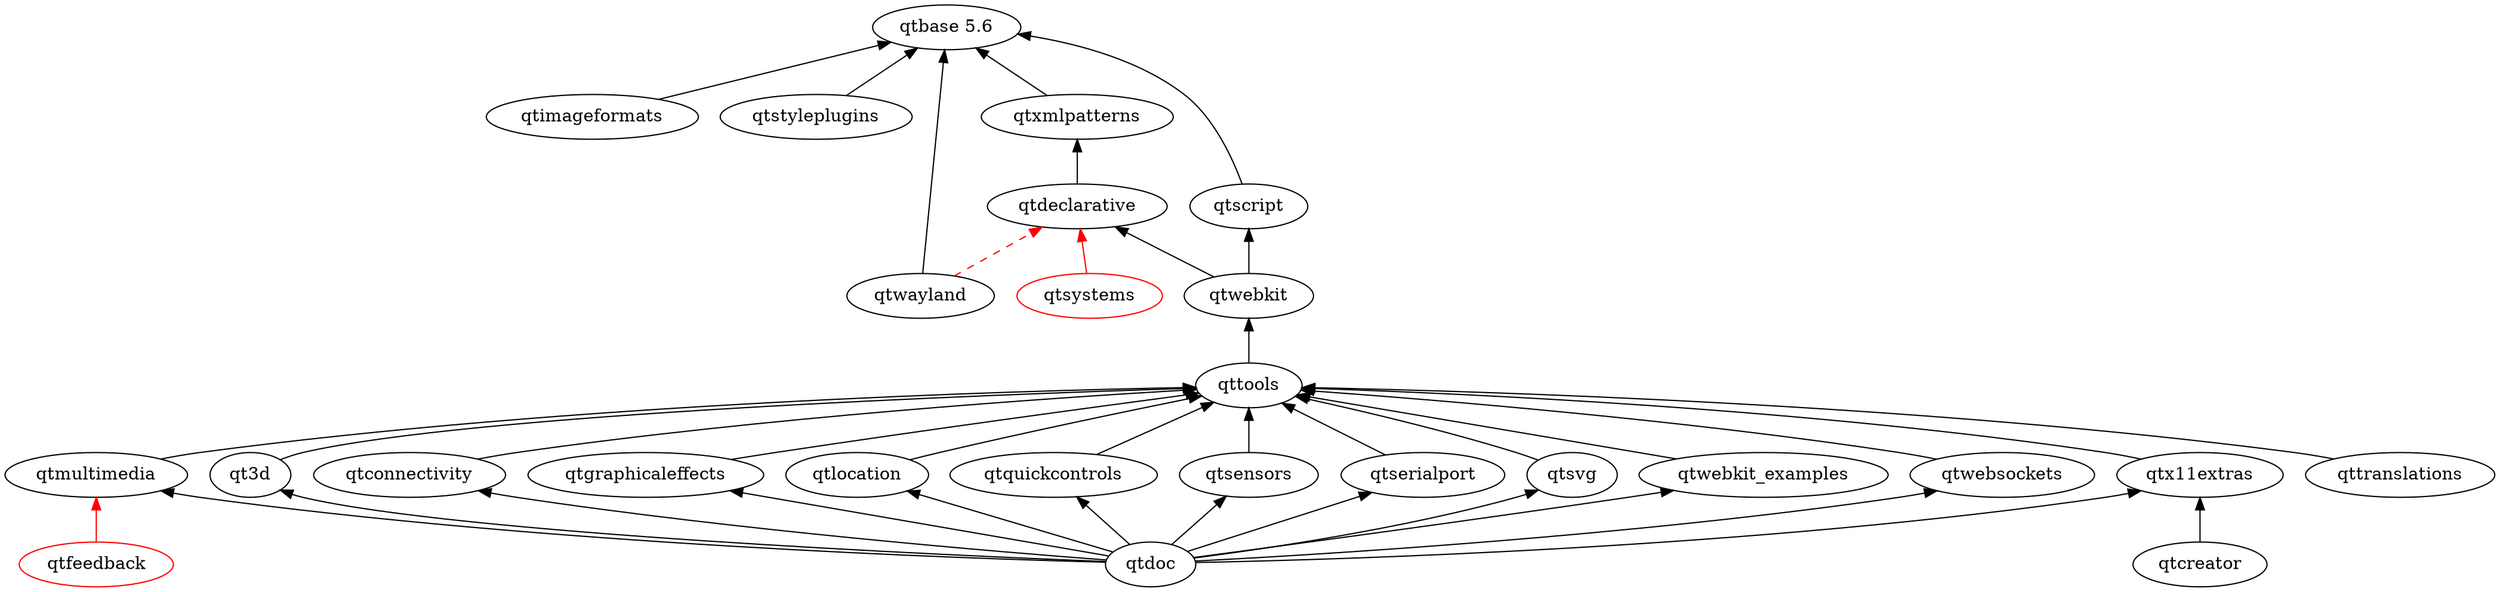
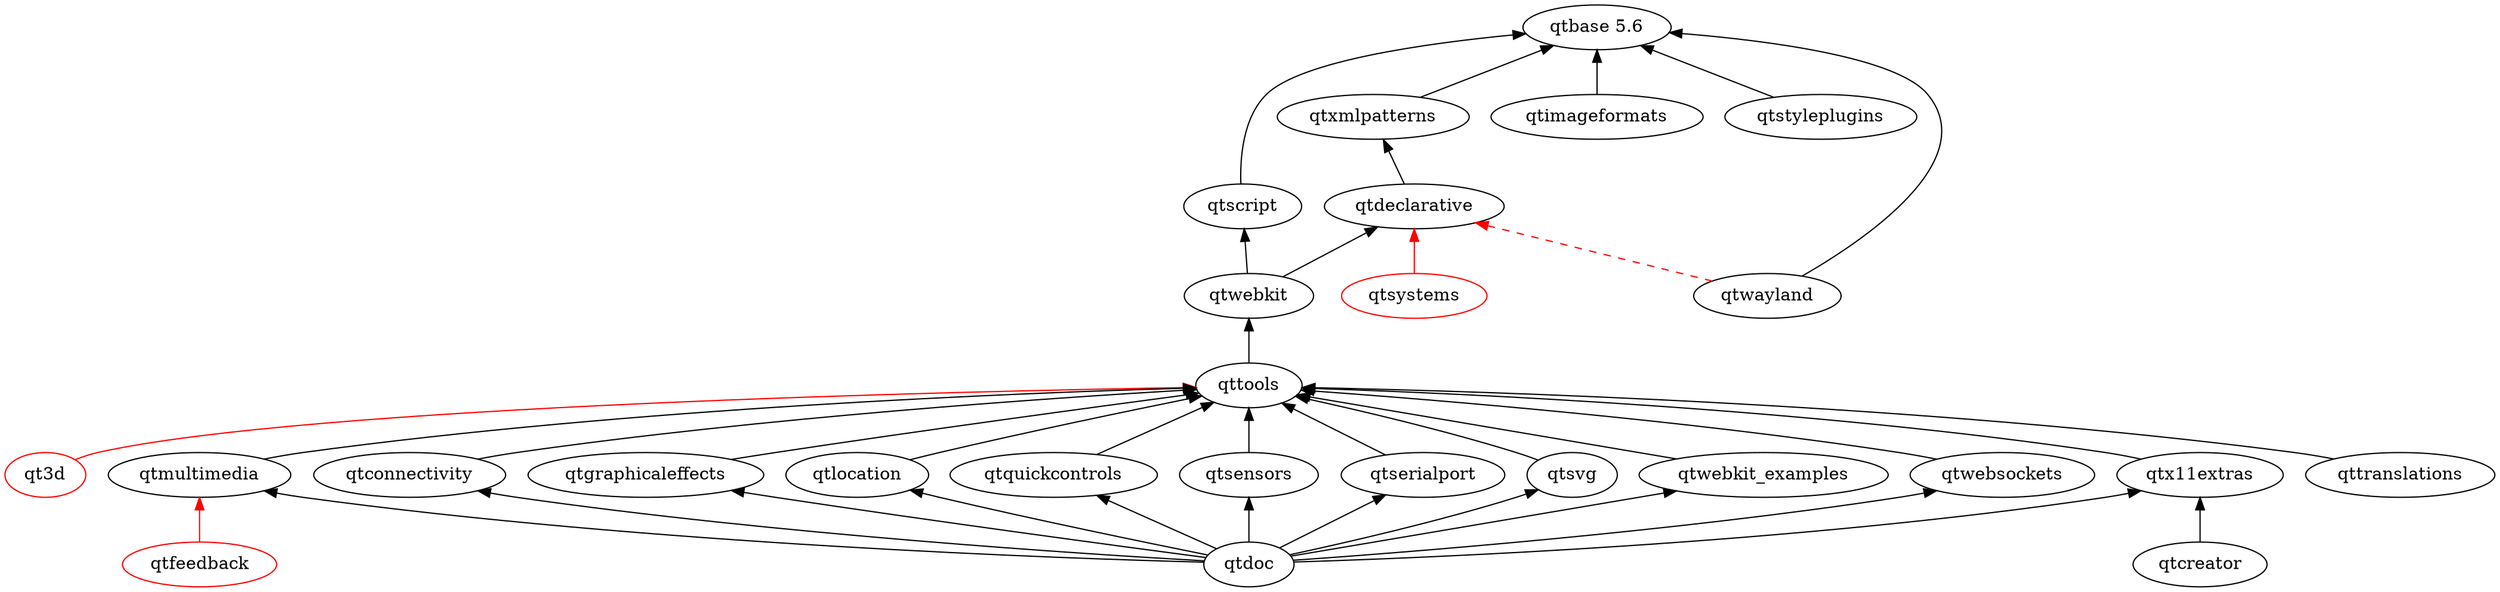
digraph qt5 {
  graph [
    rankdir = "BT"
  ]

-   qt3d
+   qt3d [ color = red ]
  "qtbase 5.6"
  qtconnectivity
  qtcreator
  qtdeclarative
  qtdoc
  qtfeedback [ color = red ]
  qtgraphicaleffects
  qtimageformats
  qtlocation
  qtmultimedia
  qtquickcontrols
  qtscript
  qtsensors
  qtserialport
  qtstyleplugins
  qtsvg
  qtsystems [ color = red ]
  qttools
  qttranslations
  qtwayland
  qtwebkit
  qtwebkit_examples
  qtwebsockets
  qtx11extras
  qtxmlpatterns

-   qt3d -> qttools
  qtconnectivity -> qttools
  qtcreator -> qtx11extras
  qtdeclarative -> qtxmlpatterns
-   qtdoc -> qt3d
  qtdoc -> qtgraphicaleffects
  qtdoc -> qtmultimedia
  qtdoc -> qtlocation
  qtdoc -> qtquickcontrols
  qtdoc -> qtsensors
  qtdoc -> qtserialport
  qtdoc -> qtsvg
  qtdoc -> qtx11extras
  qtdoc -> qtwebkit_examples
  qtdoc -> qtwebsockets
  qtdoc -> qtconnectivity
  qtgraphicaleffects -> qttools
  qtimageformats -> "qtbase 5.6"
  qtmultimedia -> qttools
  qtquickcontrols -> qttools
  qtsensors -> qttools
  qtserialport -> qttools
  qtscript -> "qtbase 5.6"
  qtstyleplugins -> "qtbase 5.6"
  qtsvg -> qttools
  qttools -> qtwebkit
  qttranslations -> qttools
  qtwayland -> "qtbase 5.6"
  qtwebkit -> qtscript
  qtwebkit -> qtdeclarative
  qtwebkit_examples -> qttools
  qtwebsockets -> qttools
  qtx11extras -> qttools
  qtxmlpatterns -> "qtbase 5.6"
  qtlocation -> qttools

  // unsure/not-uploaded
+   qt3d -> qttools [ color = red ]
  qtfeedback -> qtmultimedia [ color = red ]
  qtsystems -> qtdeclarative [ color = red ]
  qtwayland -> qtdeclarative [ color = red style = dashed ]
}
